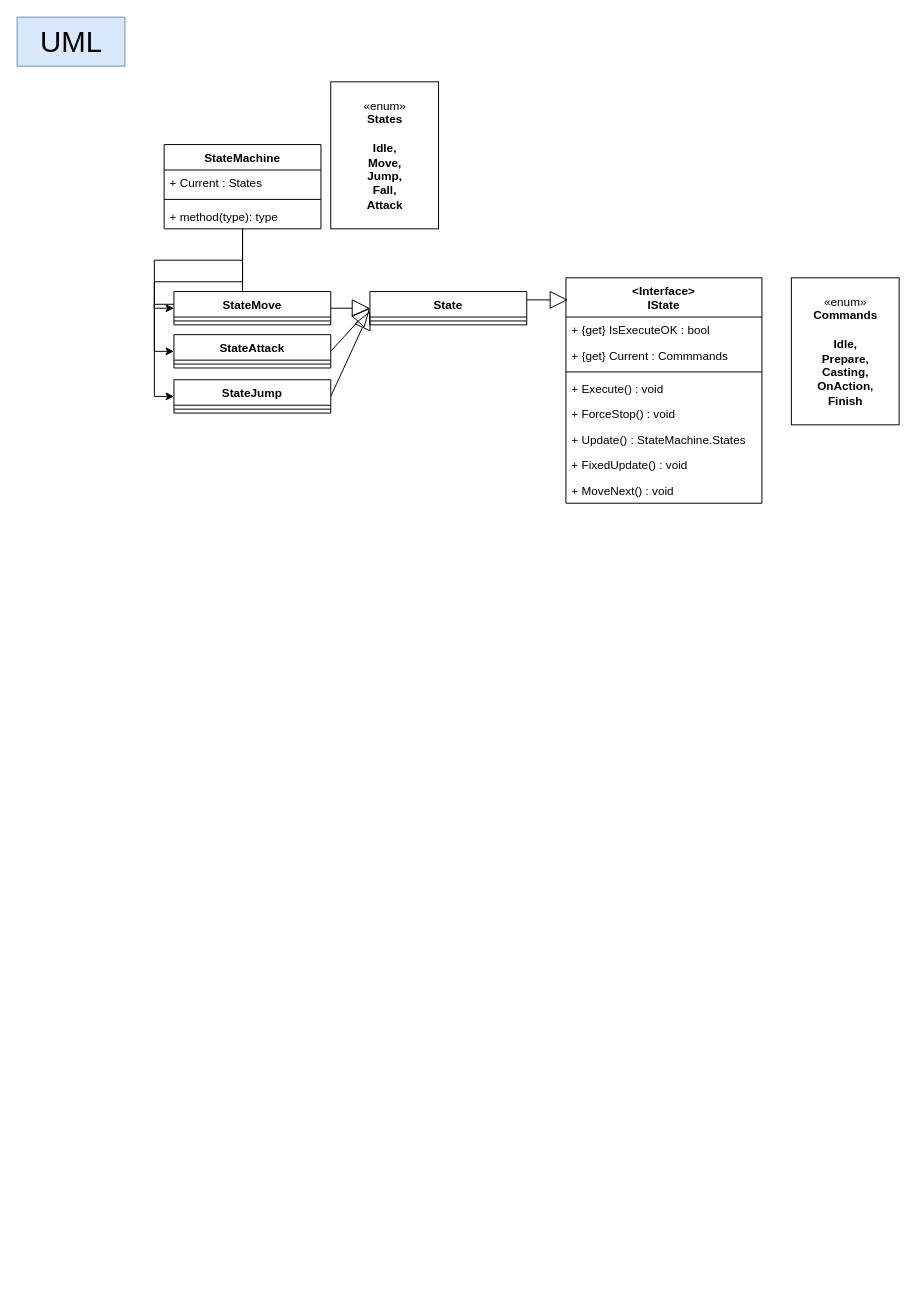
Earlier version of the draw.io diagram Platformer2D/Platformer2DConcept.drawio (luke-youngmin-cho/UnityEngineBasic_Sat_2th). Source tidied: cells renumbered, new cells numbered last; positions are measured from the earlier drawing's top-left corner, leaving out a move shared by most shapes. Both pictures are drawn from the tidied source at 98%, with x=0, y=0 at pixel (17, 17).
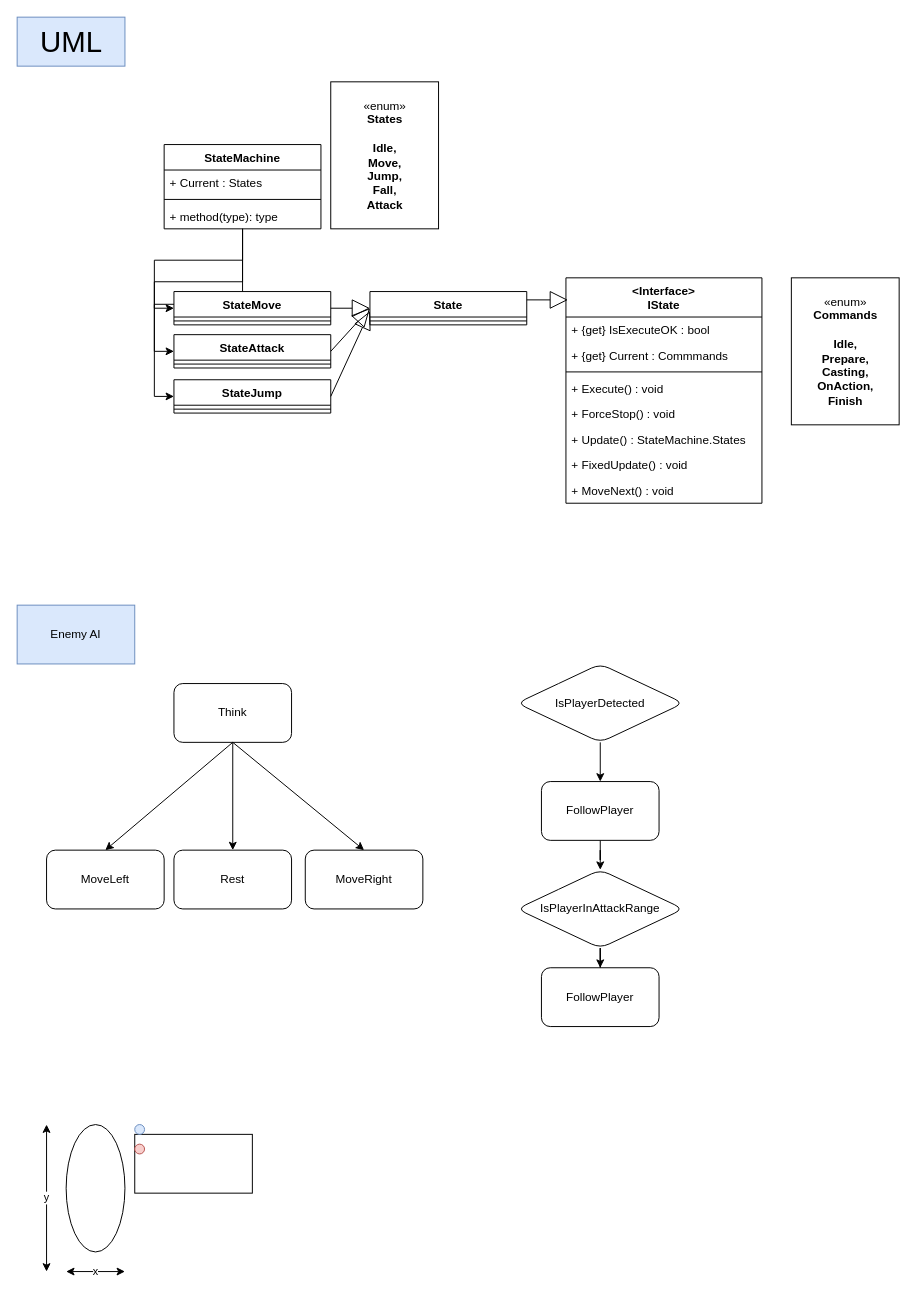
The same page after the edit.

The edit, as a diff of the source:
```diff
@@
+    <mxCell id="33" style="rounded=0;whiteSpace=wrap;html=1;" parent="1" vertex="1">
+      <mxGeometry x="120" y="1140" width="120" height="60" as="geometry" />
+    </mxCell>
@@
+    <mxCell id="34" value="Enemy AI" style="rounded=0;whiteSpace=wrap;html=1;fillColor=#dae8fc;strokeColor=#6c8ebf;" parent="1" vertex="1">
+      <mxGeometry y="600" width="120" height="60" as="geometry" />
+    </mxCell>
+    <mxCell id="35" value="Think" style="rounded=1;whiteSpace=wrap;html=1;" parent="1" vertex="1">
+      <mxGeometry x="160" y="680" width="120" height="60" as="geometry" />
+    </mxCell>
+    <mxCell id="36" value="MoveLeft" style="rounded=1;whiteSpace=wrap;html=1;" parent="1" vertex="1">
+      <mxGeometry x="30" y="850" width="120" height="60" as="geometry" />
+    </mxCell>
+    <mxCell id="37" value="Rest" style="rounded=1;whiteSpace=wrap;html=1;" parent="1" vertex="1">
+      <mxGeometry x="160" y="850" width="120" height="60" as="geometry" />
+    </mxCell>
+    <mxCell id="38" value="MoveRight" style="rounded=1;whiteSpace=wrap;html=1;" parent="1" vertex="1">
+      <mxGeometry x="294" y="850" width="120" height="60" as="geometry" />
+    </mxCell>
+    <mxCell id="39" style="endArrow=classic;html=1;rounded=0;exitX=0.5;exitY=1;exitDx=0;exitDy=0;entryX=0.5;entryY=0;entryDx=0;entryDy=0;" parent="1" edge="1" source="35" target="36">
+      <mxGeometry relative="1" as="geometry" />
+    </mxCell>
+    <mxCell id="40" style="endArrow=classic;html=1;rounded=0;exitX=0.5;exitY=1;exitDx=0;exitDy=0;entryX=0.5;entryY=0;entryDx=0;entryDy=0;" parent="1" edge="1" source="35" target="37">
+      <mxGeometry relative="1" as="geometry" />
+    </mxCell>
+    <mxCell id="41" style="endArrow=classic;html=1;rounded=0;exitX=0.5;exitY=1;exitDx=0;exitDy=0;entryX=0.5;entryY=0;entryDx=0;entryDy=0;" parent="1" edge="1" source="35" target="38">
+      <mxGeometry relative="1" as="geometry" />
+    </mxCell>
+    <mxCell id="42" style="edgeStyle=orthogonalEdgeStyle;rounded=0;jettySize=auto;html=1;" parent="1" edge="1" source="43" target="45">
+      <mxGeometry relative="1" as="geometry" />
+    </mxCell>
+    <mxCell id="43" value="IsPlayerDetected" style="rhombus;whiteSpace=wrap;html=1;rounded=1;" parent="1" vertex="1">
+      <mxGeometry x="510" y="660" width="170" height="80" as="geometry" />
+    </mxCell>
+    <mxCell id="44" style="edgeStyle=orthogonalEdgeStyle;rounded=0;jettySize=auto;html=1;entryX=0.5;entryY=0;entryDx=0;entryDy=0;" parent="1" edge="1" source="45" target="47">
+      <mxGeometry relative="1" as="geometry" />
+    </mxCell>
+    <mxCell id="45" value="FollowPlayer" style="whiteSpace=wrap;html=1;rounded=1;" parent="1" vertex="1">
+      <mxGeometry x="535" y="780" width="120" height="60" as="geometry" />
+    </mxCell>
+    <mxCell id="46" style="edgeStyle=orthogonalEdgeStyle;rounded=0;jettySize=auto;html=1;" parent="1" edge="1" source="47" target="48">
+      <mxGeometry relative="1" as="geometry" />
+    </mxCell>
+    <mxCell id="47" value="IsPlayerInAttackRange" style="rhombus;whiteSpace=wrap;html=1;rounded=1;" parent="1" vertex="1">
+      <mxGeometry x="510" y="870" width="170" height="80" as="geometry" />
+    </mxCell>
+    <mxCell id="48" value="FollowPlayer" style="whiteSpace=wrap;html=1;rounded=1;" parent="1" vertex="1">
+      <mxGeometry x="535" y="970" width="120" height="60" as="geometry" />
+    </mxCell>
+    <mxCell id="49" style="ellipse;whiteSpace=wrap;html=1;" parent="1" vertex="1">
+      <mxGeometry x="50" y="1130" width="60" height="130" as="geometry" />
+    </mxCell>
+    <mxCell id="50" style="ellipse;whiteSpace=wrap;html=1;fillColor=#dae8fc;strokeColor=#6c8ebf;" parent="1" vertex="1">
+      <mxGeometry x="120" y="1130" width="10" height="10" as="geometry" />
+    </mxCell>
+    <mxCell id="51" style="ellipse;whiteSpace=wrap;html=1;fillColor=#f8cecc;strokeColor=#b85450;" parent="1" vertex="1">
+      <mxGeometry x="120" y="1150" width="10" height="10" as="geometry" />
+    </mxCell>
+    <mxCell id="52" value="x" style="endArrow=classic;startArrow=classic;html=1;rounded=0;" parent="1" edge="1">
+      <mxGeometry relative="1" as="geometry">
+        <mxPoint x="50" y="1280" as="sourcePoint" />
+        <mxPoint x="110" y="1280" as="targetPoint" />
+      </mxGeometry>
+    </mxCell>
+    <mxCell id="53" value="y" style="endArrow=classic;startArrow=classic;html=1;rounded=0;" parent="1" edge="1">
+      <mxGeometry relative="1" as="geometry">
+        <mxPoint x="30" y="1280" as="sourcePoint" />
+        <mxPoint x="30" y="1130" as="targetPoint" />
+      </mxGeometry>
+    </mxCell>
```
